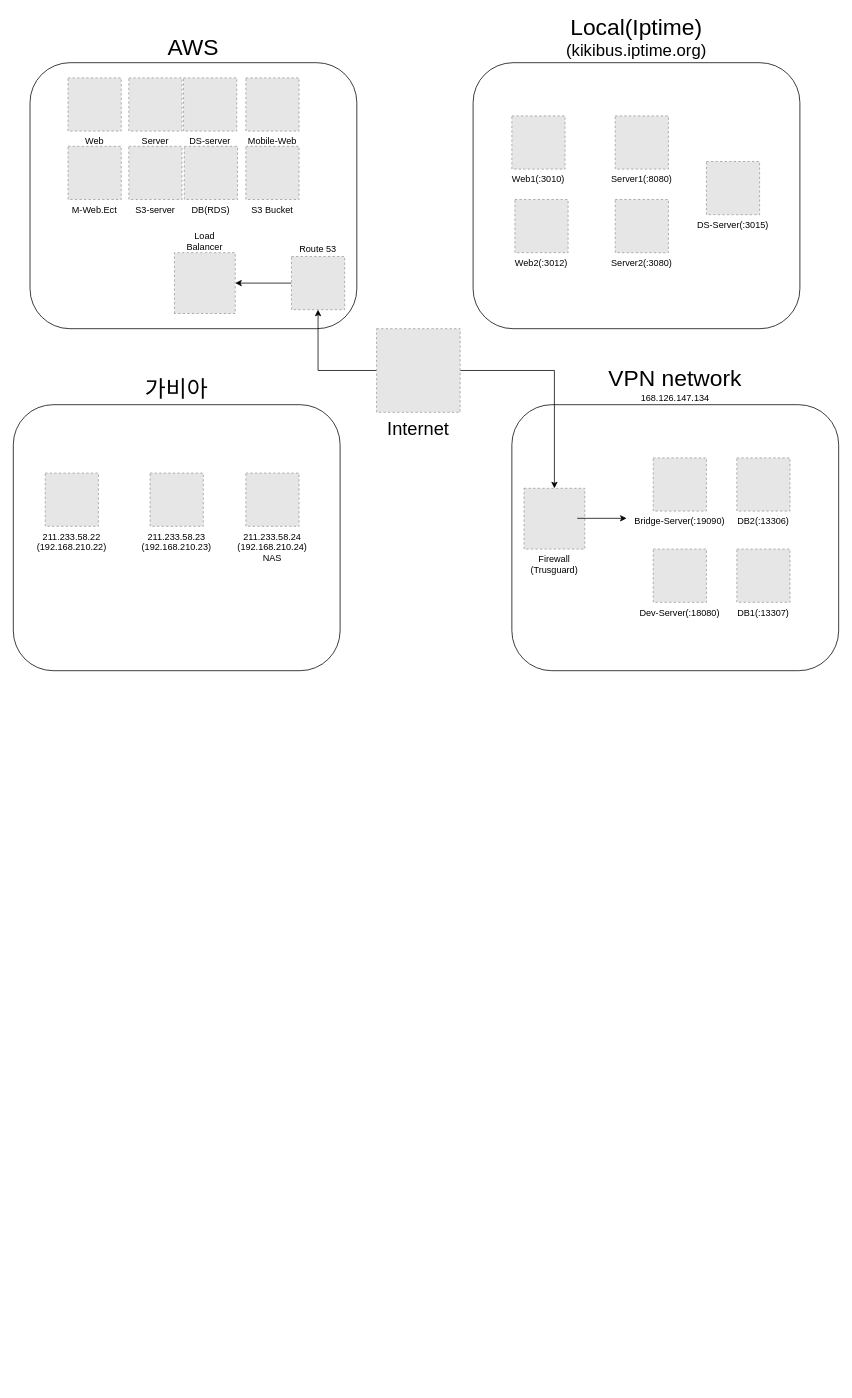
Earlier version of the draw.io diagram infra_network.drawio (kikii-develope/system_architecture_design). Source tidied: cells renumbered, new cells numbered last; positions are measured from the earlier drawing's top-left corner, leaving out a move shared by most shapes. Both pictures are drawn from the tidied source at 76%, with x=0, y=0 at pixel (13, 62). Pictures stored in the file or linked from it are replaced by grey dashed boxes.
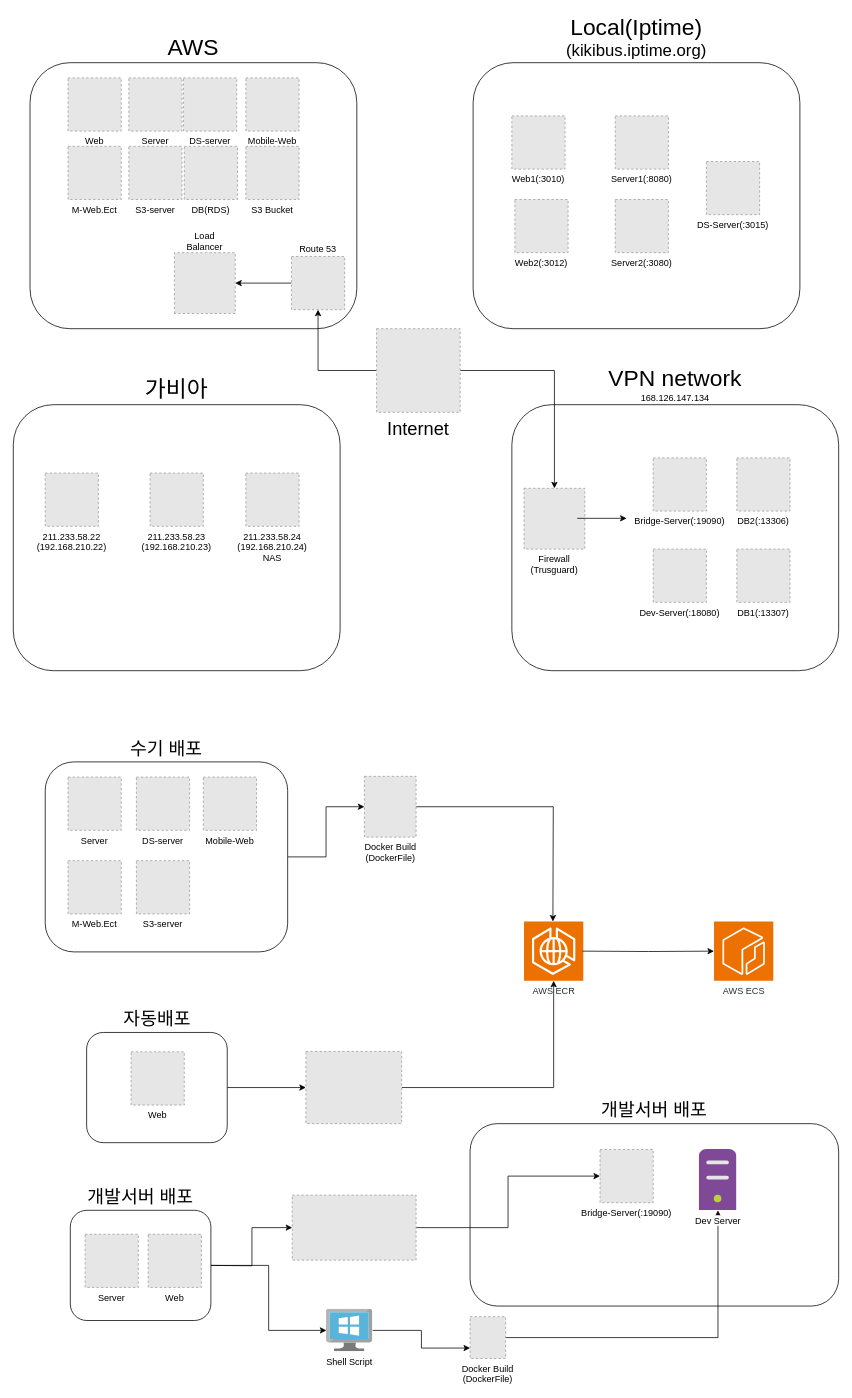
Above is the later version.

Change to the diagram source:
```diff
@@
+    <mxCell id="37" value="&lt;span style=&quot;font-size: 24px;&quot;&gt;개발서버 배포&lt;/span&gt;" style="rounded=1;whiteSpace=wrap;html=1;labelPosition=center;verticalLabelPosition=top;align=center;verticalAlign=bottom;" parent="1" vertex="1">
+      <mxGeometry x="601" y="1396" width="485" height="240" as="geometry" />
+    </mxCell>
+    <mxCell id="38" style="edgeStyle=orthogonalEdgeStyle;rounded=0;jettySize=auto;html=1;entryX=0;entryY=0.5;entryDx=0;entryDy=0;" parent="1" edge="1" target="61">
+      <mxGeometry relative="1" as="geometry">
+        <mxPoint x="260" y="1582.5" as="sourcePoint" />
+      </mxGeometry>
+    </mxCell>
+    <mxCell id="39" style="edgeStyle=orthogonalEdgeStyle;rounded=0;jettySize=auto;html=1;" parent="1" edge="1" source="40" target="64">
+      <mxGeometry relative="1" as="geometry" />
+    </mxCell>
+    <mxCell id="40" value="&lt;span style=&quot;font-size: 24px;&quot;&gt;개발서버 배포&lt;/span&gt;" style="rounded=1;whiteSpace=wrap;html=1;labelPosition=center;verticalLabelPosition=top;align=center;verticalAlign=bottom;" parent="1" vertex="1">
+      <mxGeometry x="75" y="1510" width="185" height="145" as="geometry" />
+    </mxCell>
+    <mxCell id="41" style="edgeStyle=orthogonalEdgeStyle;rounded=0;jettySize=auto;html=1;" parent="1" edge="1" source="42" target="56">
+      <mxGeometry relative="1" as="geometry" />
+    </mxCell>
+    <mxCell id="42" value="&lt;font style=&quot;font-size: 24px;&quot;&gt;자동배포&lt;/font&gt;" style="rounded=1;whiteSpace=wrap;html=1;labelPosition=center;verticalLabelPosition=top;align=center;verticalAlign=bottom;" parent="1" vertex="1">
+      <mxGeometry x="96.5" y="1276" width="185" height="145" as="geometry" />
+    </mxCell>
@@
+    <mxCell id="43" style="edgeStyle=orthogonalEdgeStyle;rounded=0;jettySize=auto;html=1;" parent="1" edge="1" source="44" target="52">
+      <mxGeometry relative="1" as="geometry" />
+    </mxCell>
+    <mxCell id="44" value="수기 배포" style="rounded=1;whiteSpace=wrap;html=1;labelPosition=center;verticalLabelPosition=top;align=center;verticalAlign=bottom;fontSize=24;" parent="1" vertex="1">
+      <mxGeometry x="42" y="920" width="319" height="250" as="geometry" />
+    </mxCell>
+    <mxCell id="45" value="Web" style="fillColor=#E6E6E6;strokeColor=#999999;dashed=1;verticalLabelPosition=bottom;verticalAlign=top;" parent="1" vertex="1">
+      <mxGeometry x="155" y="1301.5" width="70" height="70" as="geometry" />
+    </mxCell>
+    <mxCell id="46" value="Server" style="fillColor=#E6E6E6;strokeColor=#999999;dashed=1;verticalLabelPosition=bottom;verticalAlign=top;" parent="1" vertex="1">
+      <mxGeometry x="72" y="940" width="70" height="70" as="geometry" />
+    </mxCell>
+    <mxCell id="47" value="DS-server" style="fillColor=#E6E6E6;strokeColor=#999999;dashed=1;verticalLabelPosition=bottom;verticalAlign=top;" parent="1" vertex="1">
+      <mxGeometry x="162" y="940" width="70" height="70" as="geometry" />
+    </mxCell>
+    <mxCell id="48" value="Mobile-Web" style="fillColor=#E6E6E6;strokeColor=#999999;dashed=1;verticalLabelPosition=bottom;verticalAlign=top;" parent="1" vertex="1">
+      <mxGeometry x="250" y="940" width="70" height="70" as="geometry" />
+    </mxCell>
+    <mxCell id="49" value="M-Web.Ect" style="fillColor=#E6E6E6;strokeColor=#999999;dashed=1;verticalLabelPosition=bottom;verticalAlign=top;" parent="1" vertex="1">
+      <mxGeometry x="72" y="1050" width="70" height="70" as="geometry" />
+    </mxCell>
+    <mxCell id="50" value="S3-server" style="fillColor=#E6E6E6;strokeColor=#999999;dashed=1;verticalLabelPosition=bottom;verticalAlign=top;" parent="1" vertex="1">
+      <mxGeometry x="162" y="1050" width="70" height="70" as="geometry" />
+    </mxCell>
+    <mxCell id="51" style="edgeStyle=orthogonalEdgeStyle;rounded=0;jettySize=auto;html=1;" parent="1" edge="1" source="52">
+      <mxGeometry relative="1" as="geometry">
+        <mxPoint x="710" y="1130" as="targetPoint" />
+      </mxGeometry>
+    </mxCell>
+    <mxCell id="52" value="Docker Build&lt;div&gt;(DockerFile)&lt;/div&gt;" style="fillColor=#E6E6E6;strokeColor=#999999;dashed=1;html=1;verticalLabelPosition=bottom;labelBackgroundColor=#ffffff;verticalAlign=top;" parent="1" vertex="1">
+      <mxGeometry x="462" y="939" width="68" height="80" as="geometry" />
+    </mxCell>
+    <mxCell id="53" value="AWS ECR" style="sketch=0;points=[[0,0,0],[0.25,0,0],[0.5,0,0],[0.75,0,0],[1,0,0],[0,1,0],[0.25,1,0],[0.5,1,0],[0.75,1,0],[1,1,0],[0,0.25,0],[0,0.5,0],[0,0.75,0],[1,0.25,0],[1,0.5,0],[1,0.75,0]];outlineConnect=0;fontColor=#232F3E;fillColor=#ED7100;strokeColor=#ffffff;dashed=0;verticalLabelPosition=bottom;verticalAlign=top;align=center;html=1;fontSize=12;fontStyle=0;shape=mxgraph.aws4.resourceIcon;resIcon=mxgraph.aws4.ecs_anywhere;" parent="1" vertex="1">
+      <mxGeometry x="672" y="1130" width="78" height="78" as="geometry" />
+    </mxCell>
+    <mxCell id="54" style="edgeStyle=orthogonalEdgeStyle;rounded=0;jettySize=auto;html=1;entryX=0;entryY=0.5;entryDx=0;entryDy=0;entryPerimeter=0;" parent="1" edge="1" target="59">
+      <mxGeometry relative="1" as="geometry">
+        <mxPoint x="749" y="1169" as="sourcePoint" />
+      </mxGeometry>
+    </mxCell>
+    <mxCell id="55" style="edgeStyle=orthogonalEdgeStyle;rounded=0;jettySize=auto;html=1;entryX=0.5;entryY=1;entryDx=0;entryDy=0;entryPerimeter=0;" parent="1" edge="1" source="56" target="53">
+      <mxGeometry relative="1" as="geometry" />
+    </mxCell>
+    <mxCell id="56" style="fillColor=#E6E6E6;strokeColor=#999999;dashed=1;verticalLabelPosition=bottom;labelBackgroundColor=default;verticalAlign=top;" parent="1" vertex="1">
+      <mxGeometry x="385" y="1301" width="126" height="95" as="geometry" />
+    </mxCell>
+    <mxCell id="57" value="Server" style="fillColor=#E6E6E6;strokeColor=#999999;dashed=1;verticalLabelPosition=bottom;verticalAlign=top;" parent="1" vertex="1">
+      <mxGeometry x="94.5" y="1541.5" width="70" height="70" as="geometry" />
+    </mxCell>
+    <mxCell id="58" value="Web" style="fillColor=#E6E6E6;strokeColor=#999999;dashed=1;verticalLabelPosition=bottom;verticalAlign=top;" parent="1" vertex="1">
+      <mxGeometry x="177.5" y="1541.5" width="70" height="70" as="geometry" />
+    </mxCell>
+    <mxCell id="59" value="AWS ECS" style="sketch=0;points=[[0,0,0],[0.25,0,0],[0.5,0,0],[0.75,0,0],[1,0,0],[0,1,0],[0.25,1,0],[0.5,1,0],[0.75,1,0],[1,1,0],[0,0.25,0],[0,0.5,0],[0,0.75,0],[1,0.25,0],[1,0.5,0],[1,0.75,0]];outlineConnect=0;fontColor=#232F3E;fillColor=#ED7100;strokeColor=#ffffff;dashed=0;verticalLabelPosition=bottom;verticalAlign=top;align=center;html=1;fontSize=12;fontStyle=0;shape=mxgraph.aws4.resourceIcon;resIcon=mxgraph.aws4.ecr;" parent="1" vertex="1">
+      <mxGeometry x="922" y="1130" width="78" height="78" as="geometry" />
+    </mxCell>
+    <mxCell id="60" style="edgeStyle=orthogonalEdgeStyle;rounded=0;jettySize=auto;html=1;" parent="1" edge="1" source="61" target="62">
+      <mxGeometry relative="1" as="geometry" />
+    </mxCell>
+    <mxCell id="61" style="fillColor=#E6E6E6;strokeColor=#999999;dashed=1;verticalLabelPosition=bottom;labelBackgroundColor=default;verticalAlign=top;" parent="1" vertex="1">
+      <mxGeometry x="367" y="1490" width="163" height="85.6" as="geometry" />
+    </mxCell>
+    <mxCell id="62" value="Bridge-Server(:19090)" style="fillColor=#E6E6E6;strokeColor=#999999;dashed=1;verticalLabelPosition=bottom;verticalAlign=top;" parent="1" vertex="1">
+      <mxGeometry x="772" y="1430" width="70" height="70" as="geometry" />
+    </mxCell>
+    <mxCell id="63" style="edgeStyle=orthogonalEdgeStyle;rounded=0;jettySize=auto;html=1;entryX=0;entryY=0.75;entryDx=0;entryDy=0;" parent="1" edge="1" source="64" target="66">
+      <mxGeometry relative="1" as="geometry" />
+    </mxCell>
+    <mxCell id="64" value="Shell Script" style="image;sketch=0;html=1;points=[];align=center;fontSize=12;image=img/lib/mscae/VirtualMachineWindows.svg;" parent="1" vertex="1">
+      <mxGeometry x="412" y="1640" width="60.9" height="56" as="geometry" />
+    </mxCell>
+    <mxCell id="65" style="edgeStyle=orthogonalEdgeStyle;rounded=0;jettySize=auto;html=1;" parent="1" edge="1" source="66" target="67">
+      <mxGeometry relative="1" as="geometry" />
+    </mxCell>
+    <mxCell id="66" value="Docker Build&lt;div&gt;(DockerFile)&lt;/div&gt;" style="fillColor=#E6E6E6;strokeColor=#999999;dashed=1;html=1;verticalLabelPosition=bottom;labelBackgroundColor=#ffffff;verticalAlign=top;" parent="1" vertex="1">
+      <mxGeometry x="601" y="1650" width="46.8" height="55" as="geometry" />
+    </mxCell>
+    <mxCell id="67" value="Dev Server" style="image;sketch=0;html=1;points=[];align=center;fontSize=12;image=img/lib/mscae/Non_Azure_Machine.svg;" parent="1" vertex="1">
+      <mxGeometry x="902.4" y="1430" width="49.6" height="80" as="geometry" />
+    </mxCell>
```
